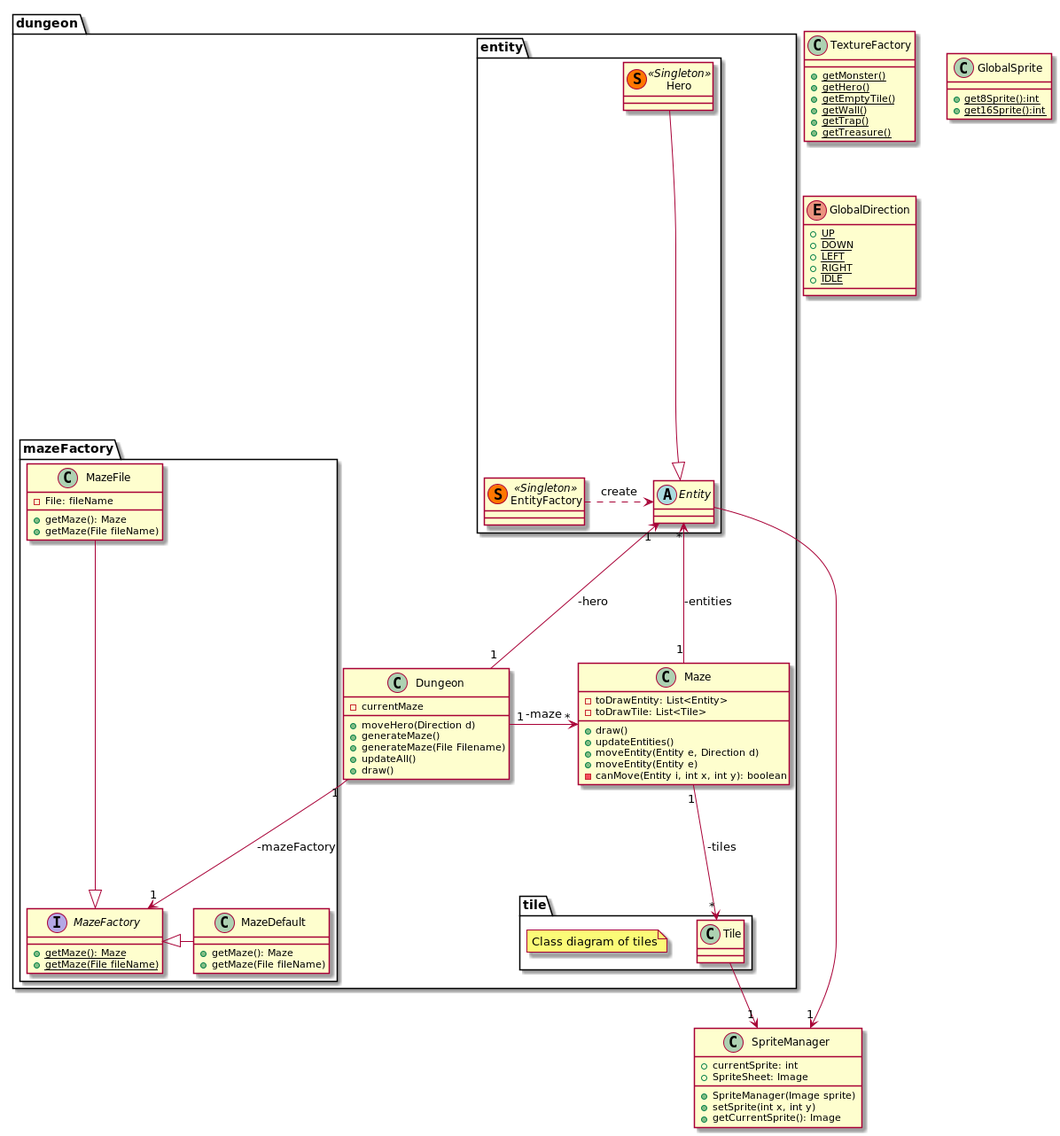
Before: doc/first_sprint/diagrams/class/global.png, a diagram exported from PlantUML (Reynault/ACL_2019_Zelpop).
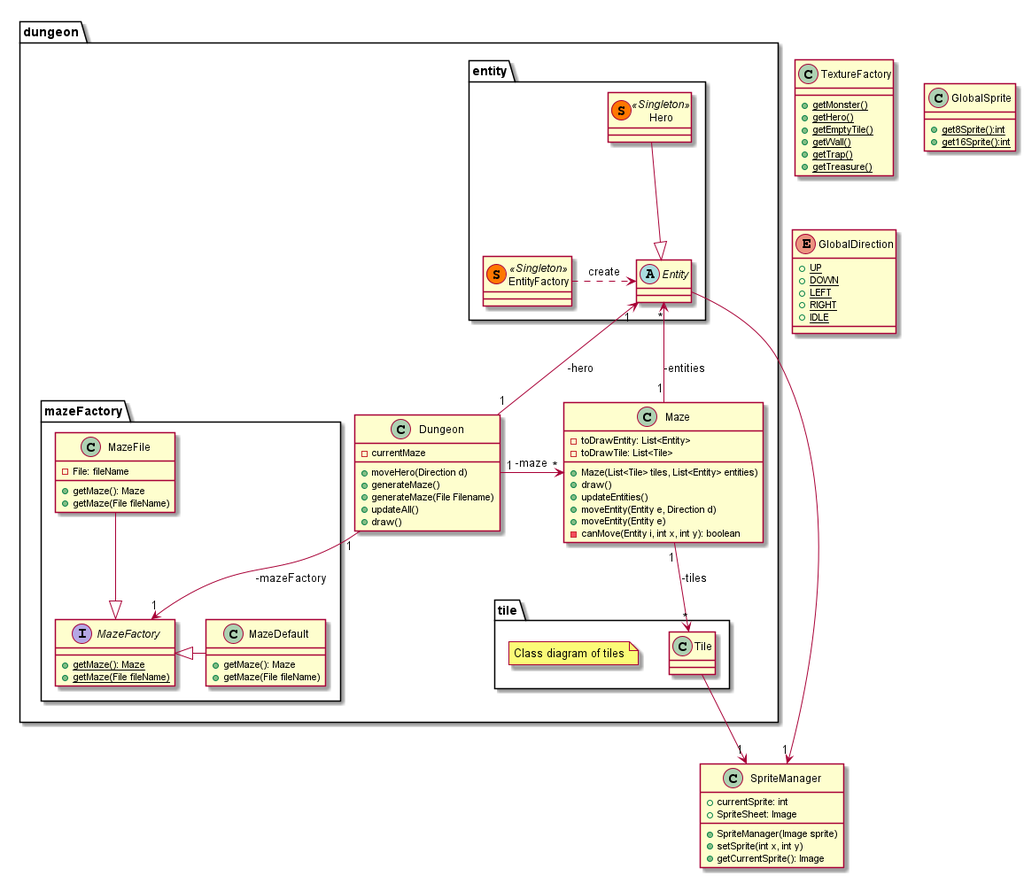
The same file after the commit.

Change to the diagram source:
```diff
@@ -14,6 +14,7 @@
     class Maze{
         - toDrawEntity: List<Entity>
         - toDrawTile: List<Tile>
+        + Maze(List<Tile> tiles, List<Entity> entities)
         + draw()
         + updateEntities()
         + moveEntity(Entity e, Direction d)
```
